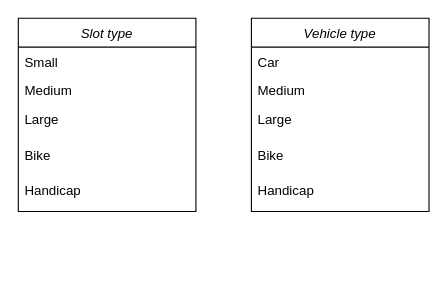
Earlier version of the draw.io diagram Parking lot.drawio (umashankara/draw.io). Source tidied: cells renumbered, new cells numbered last; positions are measured from the earlier drawing's top-left corner, leaving out a move shared by most shapes. Both pictures are drawn from the tidied source at 111%, with x=0, y=0 at pixel (18, 18).
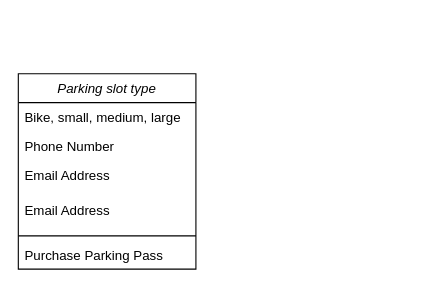
Above is the later version.

Change to the diagram source:
```diff
@@
 <mxGraphModel>
   <root>
     <mxCell id="0" />
     <mxCell id="1" parent="0" />
-    <mxCell id="2" value="Slot type" style="swimlane;fontStyle=2;align=center;verticalAlign=top;horizontal=1;startSize=26;rounded=0;shadow=0;strokeWidth=1;" parent="1" vertex="1">
-      <mxGeometry width="160" height="174" as="geometry" />
-    </mxCell>
-    <mxCell id="3" value="Small" style="text;align=left;verticalAlign=top;spacingLeft=4;spacingRight=4;overflow=hidden;" parent="2" vertex="1">
-      <mxGeometry y="26" width="160" height="26" as="geometry" />
-    </mxCell>
-    <mxCell id="4" value="Medium" style="text;align=left;verticalAlign=top;spacingLeft=4;spacingRight=4;overflow=hidden;rounded=0;shadow=0;html=0;" parent="2" vertex="1">
-      <mxGeometry y="52" width="160" height="26" as="geometry" />
-    </mxCell>
-    <mxCell id="5" value="Large" style="text;align=left;verticalAlign=top;spacingLeft=4;spacingRight=4;overflow=hidden;rounded=0;shadow=0;html=0;" parent="2" vertex="1">
-      <mxGeometry y="78" width="160" height="32" as="geometry" />
-    </mxCell>
-    <mxCell id="6" value="Bike" style="text;align=left;verticalAlign=top;spacingLeft=4;spacingRight=4;overflow=hidden;rounded=0;shadow=0;html=0;" parent="2" vertex="1">
-      <mxGeometry y="110" width="160" height="32" as="geometry" />
-    </mxCell>
-    <mxCell id="7" value="Handicap" style="text;align=left;verticalAlign=top;spacingLeft=4;spacingRight=4;overflow=hidden;rounded=0;shadow=0;html=0;" parent="2" vertex="1">
-      <mxGeometry y="142" width="160" height="32" as="geometry" />
-    </mxCell>
-    <mxCell id="8" value="Vehicle type" style="swimlane;fontStyle=2;align=center;verticalAlign=top;horizontal=1;startSize=26;rounded=0;shadow=0;strokeWidth=1;" parent="1" vertex="1">
-      <mxGeometry x="210" width="160" height="174" as="geometry" />
-    </mxCell>
-    <mxCell id="9" value="Car" style="text;align=left;verticalAlign=top;spacingLeft=4;spacingRight=4;overflow=hidden;" parent="8" vertex="1">
-      <mxGeometry y="26" width="160" height="26" as="geometry" />
-    </mxCell>
-    <mxCell id="10" value="Medium" style="text;align=left;verticalAlign=top;spacingLeft=4;spacingRight=4;overflow=hidden;rounded=0;shadow=0;html=0;" parent="8" vertex="1">
-      <mxGeometry y="52" width="160" height="26" as="geometry" />
-    </mxCell>
-    <mxCell id="11" value="Large" style="text;align=left;verticalAlign=top;spacingLeft=4;spacingRight=4;overflow=hidden;rounded=0;shadow=0;html=0;" parent="8" vertex="1">
-      <mxGeometry y="78" width="160" height="32" as="geometry" />
-    </mxCell>
-    <mxCell id="12" value="Bike" style="text;align=left;verticalAlign=top;spacingLeft=4;spacingRight=4;overflow=hidden;rounded=0;shadow=0;html=0;" parent="8" vertex="1">
-      <mxGeometry y="110" width="160" height="32" as="geometry" />
-    </mxCell>
-    <mxCell id="13" value="Handicap" style="text;align=left;verticalAlign=top;spacingLeft=4;spacingRight=4;overflow=hidden;rounded=0;shadow=0;html=0;" parent="8" vertex="1">
-      <mxGeometry y="142" width="160" height="32" as="geometry" />
-    </mxCell>
+    <mxCell id="14" value="Parking slot type" style="swimlane;fontStyle=2;align=center;verticalAlign=top;horizontal=1;startSize=26;rounded=0;shadow=0;strokeWidth=1;" parent="1" vertex="1">
+      <mxGeometry y="50" width="160" height="176" as="geometry" />
+    </mxCell>
+    <mxCell id="15" value="Bike, small, medium, large" style="text;align=left;verticalAlign=top;spacingLeft=4;spacingRight=4;overflow=hidden;" parent="14" vertex="1">
+      <mxGeometry y="26" width="160" height="26" as="geometry" />
+    </mxCell>
+    <mxCell id="16" value="Phone Number" style="text;align=left;verticalAlign=top;spacingLeft=4;spacingRight=4;overflow=hidden;rounded=0;shadow=0;html=0;" parent="14" vertex="1">
+      <mxGeometry y="52" width="160" height="26" as="geometry" />
+    </mxCell>
+    <mxCell id="17" value="Email Address" style="text;align=left;verticalAlign=top;spacingLeft=4;spacingRight=4;overflow=hidden;rounded=0;shadow=0;html=0;" parent="14" vertex="1">
+      <mxGeometry y="78" width="160" height="32" as="geometry" />
+    </mxCell>
+    <mxCell id="18" value="Email Address" style="text;align=left;verticalAlign=top;spacingLeft=4;spacingRight=4;overflow=hidden;rounded=0;shadow=0;html=0;" parent="14" vertex="1">
+      <mxGeometry y="110" width="160" height="32" as="geometry" />
+    </mxCell>
+    <mxCell id="19" style="line;html=1;strokeWidth=1;align=left;verticalAlign=middle;spacingTop=-1;spacingLeft=3;spacingRight=3;labelPosition=right;" parent="14" vertex="1">
+      <mxGeometry y="142" width="160" height="8" as="geometry" />
+    </mxCell>
+    <mxCell id="20" value="Purchase Parking Pass" style="text;align=left;verticalAlign=top;spacingLeft=4;spacingRight=4;overflow=hidden;" parent="14" vertex="1">
+      <mxGeometry y="150" width="160" height="26" as="geometry" />
+    </mxCell>
   </root>
 </mxGraphModel>
```
